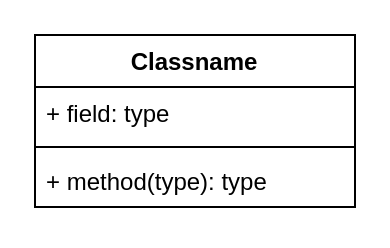
Before: ACD.drawio in Nikooll/ACD, a draw.io diagram. Source tidied: cells renumbered, new cells numbered last; positions are measured from the earlier drawing's top-left corner, leaving out a move shared by most shapes. Both pictures are drawn from the tidied source at 200%, with x=0, y=0 at pixel (34, 34).
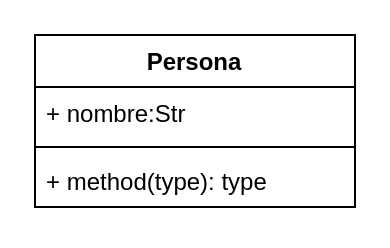
The same page after the edit.

The edit, as a diff of the source:
```diff
@@
 <mxGraphModel>
   <root>
     <mxCell id="0" />
     <mxCell id="1" parent="0" />
-    <mxCell id="2" value="Classname" style="swimlane;fontStyle=1;align=center;verticalAlign=top;horizontal=1;startSize=26;whiteSpace=wrap;html=1;" parent="1" vertex="1">
+    <mxCell id="2" value="Persona" style="swimlane;fontStyle=1;align=center;verticalAlign=top;horizontal=1;startSize=26;whiteSpace=wrap;html=1;" parent="1" vertex="1">
       <mxGeometry width="160" height="86" as="geometry" />
     </mxCell>
-    <mxCell id="3" value="+ field: type" style="text;strokeColor=none;fillColor=none;align=left;verticalAlign=top;spacingLeft=4;spacingRight=4;overflow=hidden;whiteSpace=wrap;html=1;" parent="2" vertex="1">
+    <mxCell id="3" value="+ nombre:Str&lt;br&gt;&lt;ol&gt;&lt;li&gt;&lt;br&gt;&lt;/li&gt;&lt;/ol&gt;" style="text;strokeColor=none;fillColor=none;align=left;verticalAlign=top;spacingLeft=4;spacingRight=4;overflow=hidden;whiteSpace=wrap;html=1;" parent="2" vertex="1">
       <mxGeometry y="26" width="160" height="26" as="geometry" />
     </mxCell>
     <mxCell id="4" style="line;strokeWidth=1;fillColor=none;align=left;verticalAlign=middle;spacingTop=-1;spacingLeft=3;spacingRight=3;labelPosition=right;strokeColor=inherit;" parent="2" vertex="1">
       <mxGeometry y="52" width="160" height="8" as="geometry" />
     </mxCell>
     <mxCell id="5" value="+ method(type): type" style="text;strokeColor=none;fillColor=none;align=left;verticalAlign=top;spacingLeft=4;spacingRight=4;overflow=hidden;whiteSpace=wrap;html=1;" parent="2" vertex="1">
       <mxGeometry y="60" width="160" height="26" as="geometry" />
     </mxCell>
   </root>
 </mxGraphModel>
```
